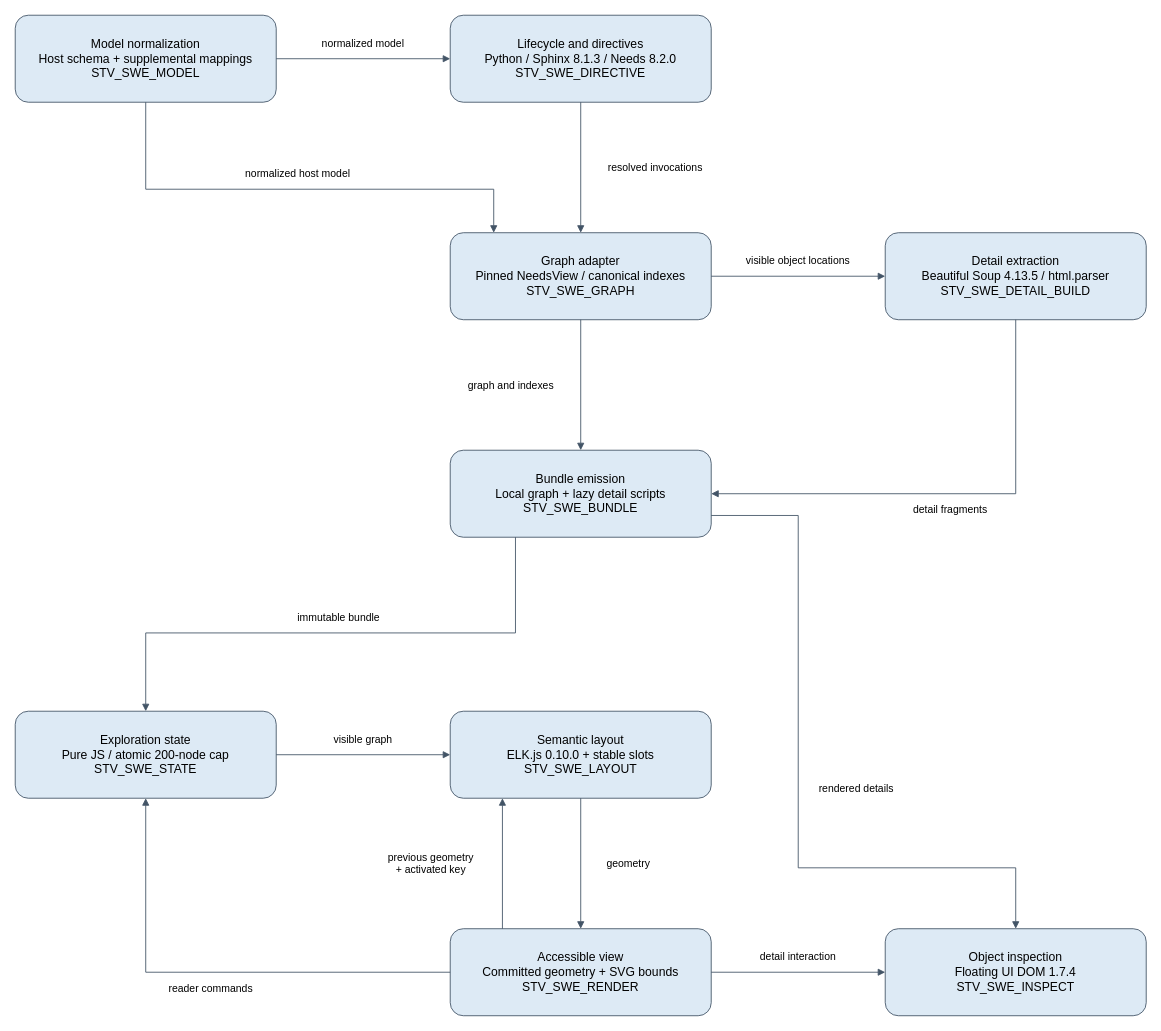
Before: docs/architecture/diagrams/software-architecture.drawio in sysblacksmith/STV_sphinx-traceability-view, a draw.io diagram. Source tidied: cells renumbered, new cells numbered last; positions are measured from the earlier drawing's top-left corner, leaving out a move shared by most shapes. Both pictures are drawn from the tidied source at 87%, with x=0, y=0 at pixel (15, 15).
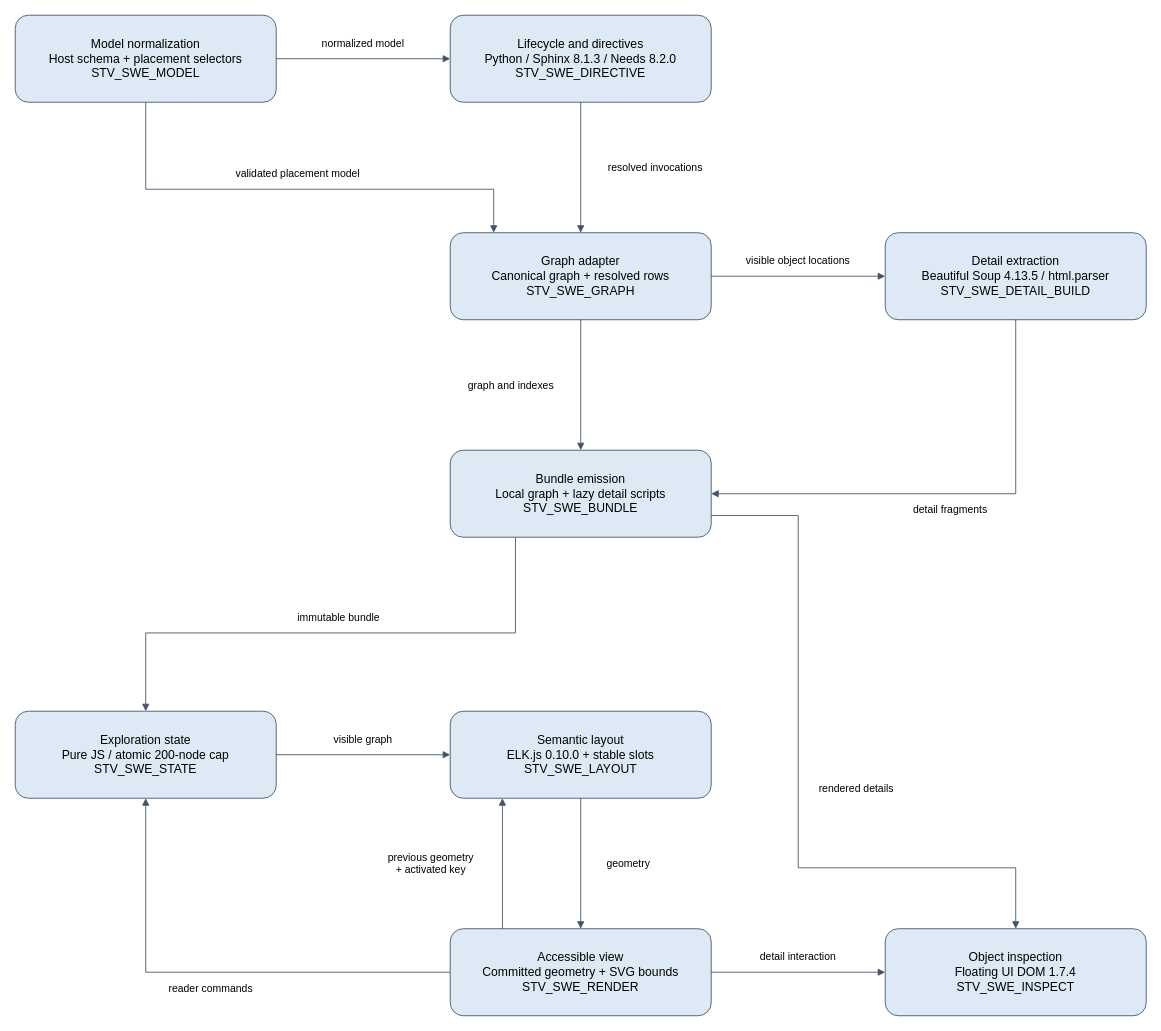
Above is the later version.

Change to the diagram source:
```diff
@@
-    <mxCell id="3" value="Model normalization&#10;Host schema + supplemental mappings&#10;STV_SWE_MODEL" style="rounded=1;whiteSpace=wrap;html=0;fillColor=#ddeaf5;strokeColor=#425466;fontSize=14;spacing=12;" parent="1" vertex="1">
+    <mxCell id="3" value="Model normalization&#10;Host schema + placement selectors&#10;STV_SWE_MODEL" style="rounded=1;whiteSpace=wrap;html=0;fillColor=#ddeaf5;strokeColor=#425466;fontSize=14;spacing=12;" parent="1" vertex="1">
       <mxGeometry width="300" height="100" as="geometry" />
     </mxCell>
-    <mxCell id="4" value="Graph adapter&#10;Pinned NeedsView / canonical indexes&#10;STV_SWE_GRAPH" style="rounded=1;whiteSpace=wrap;html=0;fillColor=#ddeaf5;strokeColor=#425466;fontSize=14;spacing=12;" parent="1" vertex="1">
+    <mxCell id="4" value="Graph adapter&#10;Canonical graph + resolved rows&#10;STV_SWE_GRAPH" style="rounded=1;whiteSpace=wrap;html=0;fillColor=#ddeaf5;strokeColor=#425466;fontSize=14;spacing=12;" parent="1" vertex="1">
       <mxGeometry x="500" y="250" width="300" height="100" as="geometry" />
     </mxCell>
@@
-    <mxCell id="20" value="normalized host model" style="edgeStyle=none;rounded=0;html=0;endArrow=block;endFill=1;strokeColor=#425466;fontSize=12;labelBackgroundColor=#ffffff;exitX=0.5;exitY=1;exitPerimeter=0;entryX=0.16666666666666666;entryY=0;entryPerimeter=0;" parent="1" edge="1" source="3" target="4">
+    <mxCell id="20" value="validated placement model" style="edgeStyle=none;rounded=0;html=0;endArrow=block;endFill=1;strokeColor=#425466;fontSize=12;labelBackgroundColor=#ffffff;exitX=0.5;exitY=1;exitPerimeter=0;entryX=0.16666666666666666;entryY=0;entryPerimeter=0;" parent="1" edge="1" source="3" target="4">
       <mxGeometry relative="1" as="geometry">
         <Array as="points">
           <mxPoint x="150" y="200" />
           <mxPoint x="550" y="200" />
         </Array>
         <mxPoint y="-18" as="offset" />
       </mxGeometry>
     </mxCell>
```
